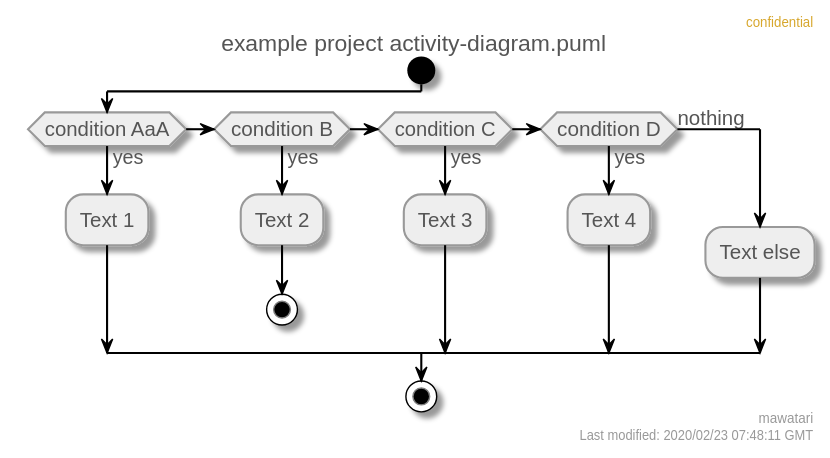
The PlantUML diagram activity-diagram.svg in mawatari/example-project-uml, before a commit.
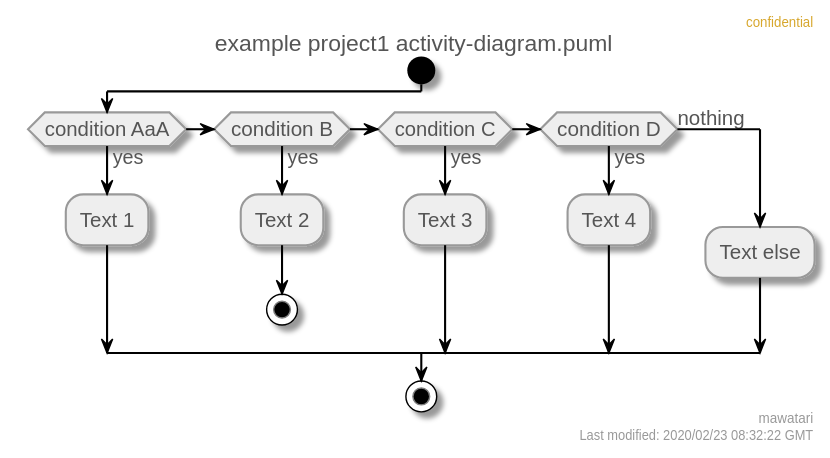
Later version of the same file.

Commit message:
Automatically generated PlantUML images.

The edit, as a diff of the source:
```diff
@@ -43,8 +43,8 @@
   DiamondBorderColor #999999
 }
 right header confidential
-right footer mawatari\nLast modified: 2020/02/23 07:48:11 GMT
-title example project activity-diagram.puml
+right footer mawatari\nLast modified: 2020/02/23 08:32:22 GMT
+title example project1 activity-diagram.puml
 
 start
 if (condition AaA) then (yes)
```
